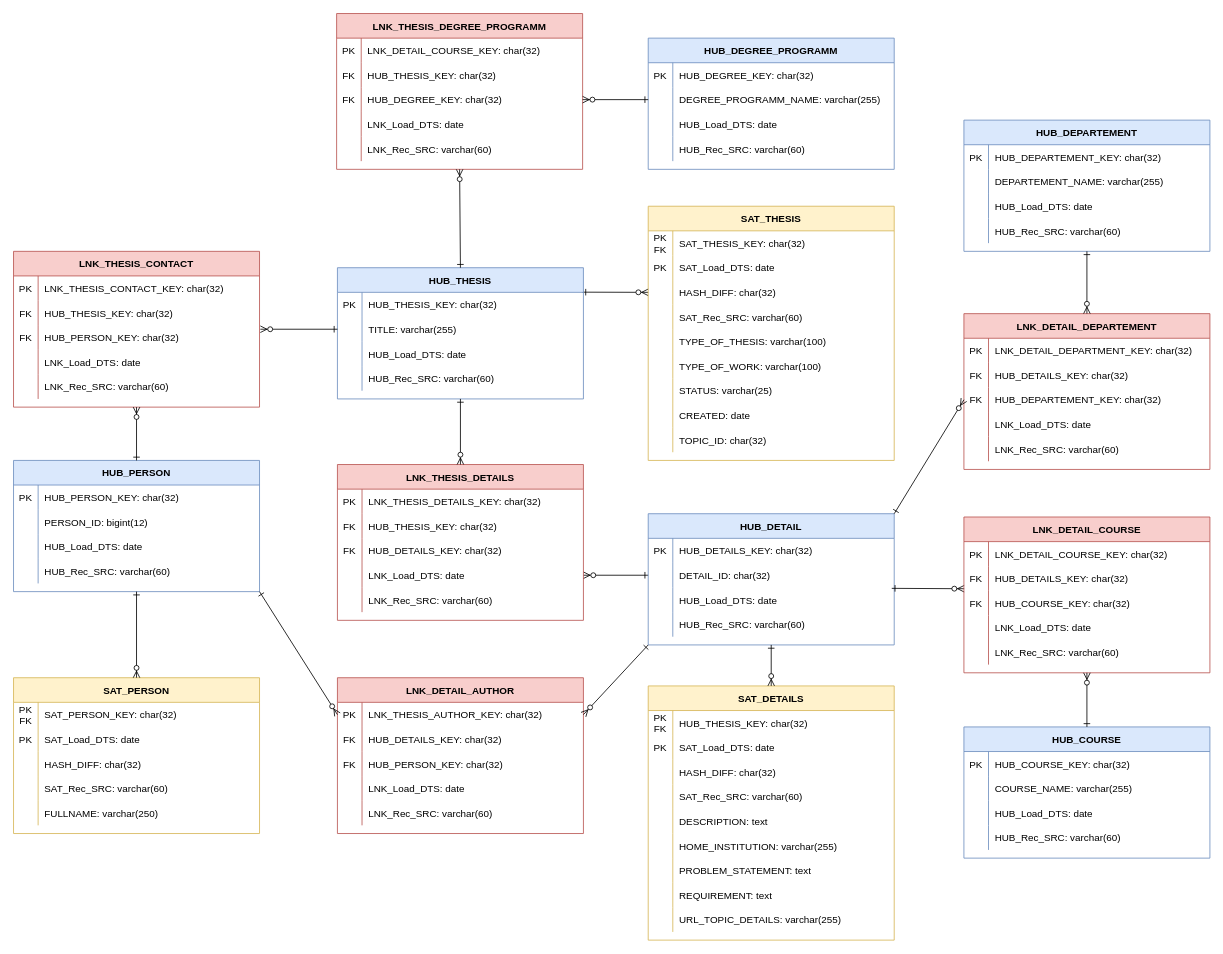
sekrupke/bi-mini-project-p02 keeps this draw.io diagram as model/data_vault.drawio. Above is the earlier version. Source tidied: cells renumbered, new cells numbered last; positions are measured from the earlier drawing's top-left corner, leaving out a move shared by most shapes. Both pictures are drawn from the tidied source at 82%, with x=0, y=0 at pixel (13, 13).
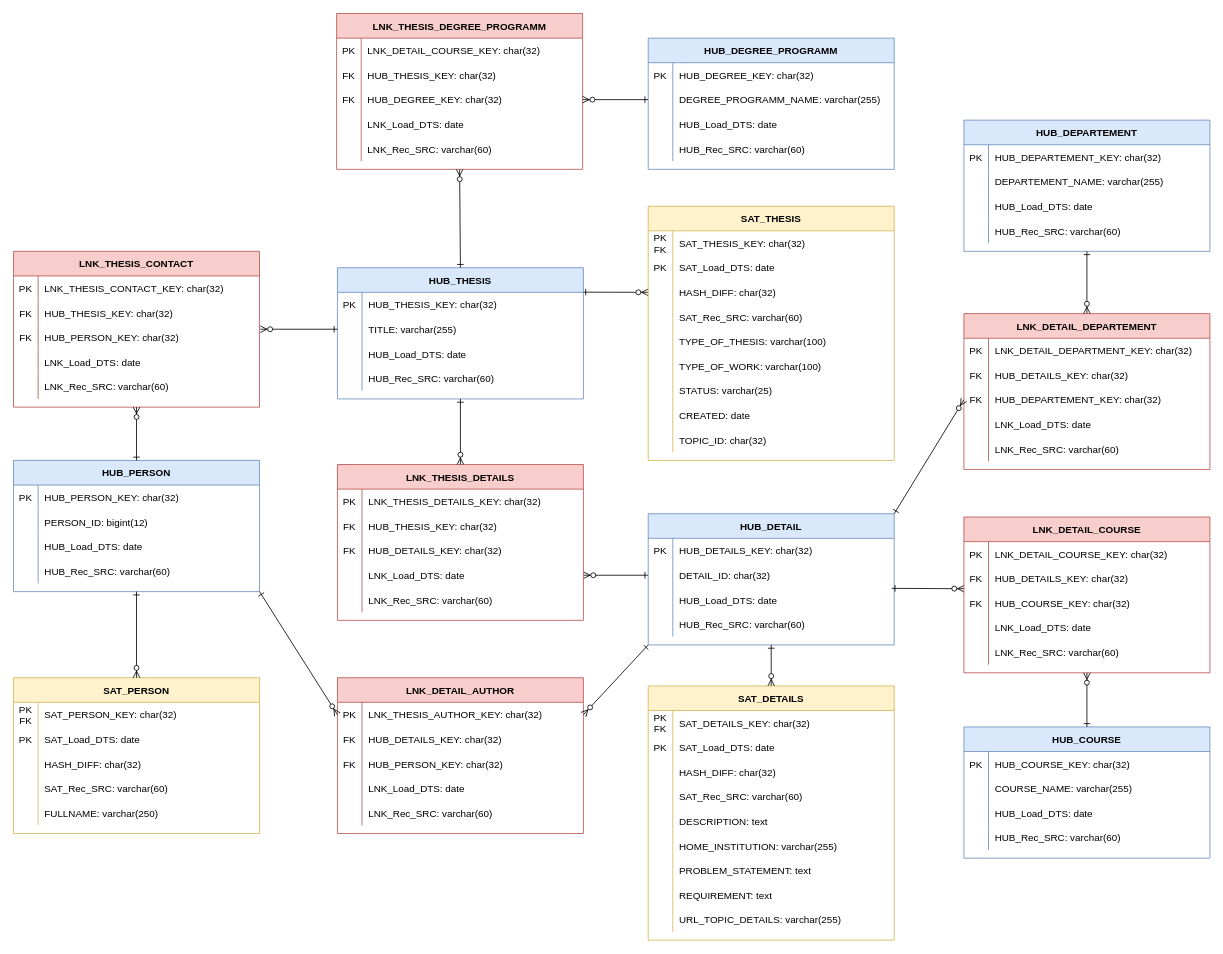
After the change.

Commit message (it also covers changes not shown here):
Add progress calculation and fix Data Vault column name

Unchanged cells that the change refers to:
```xml
<mxCell id="72" style="shape=partialRectangle;fillColor=none;top=0;left=0;right=0;bottom=0;" parent="71" vertex="1">
  <mxGeometry y="30" width="300" height="30" as="geometry" />
</mxCell>
```

Diff of the diagram source:
```diff
@@
-    <mxCell id="74" value="HUB_THESIS_KEY: char(32)" style="shape=partialRectangle;overflow=hidden;fillColor=none;top=0;left=0;bottom=0;right=0;align=left;spacingLeft=6;" parent="72" vertex="1">
+    <mxCell id="74" value="SAT_DETAILS_KEY: char(32)" style="shape=partialRectangle;overflow=hidden;fillColor=none;top=0;left=0;bottom=0;right=0;align=left;spacingLeft=6;" parent="72" vertex="1">
       <mxGeometry x="30" width="270" height="30" as="geometry" />
     </mxCell>
```
